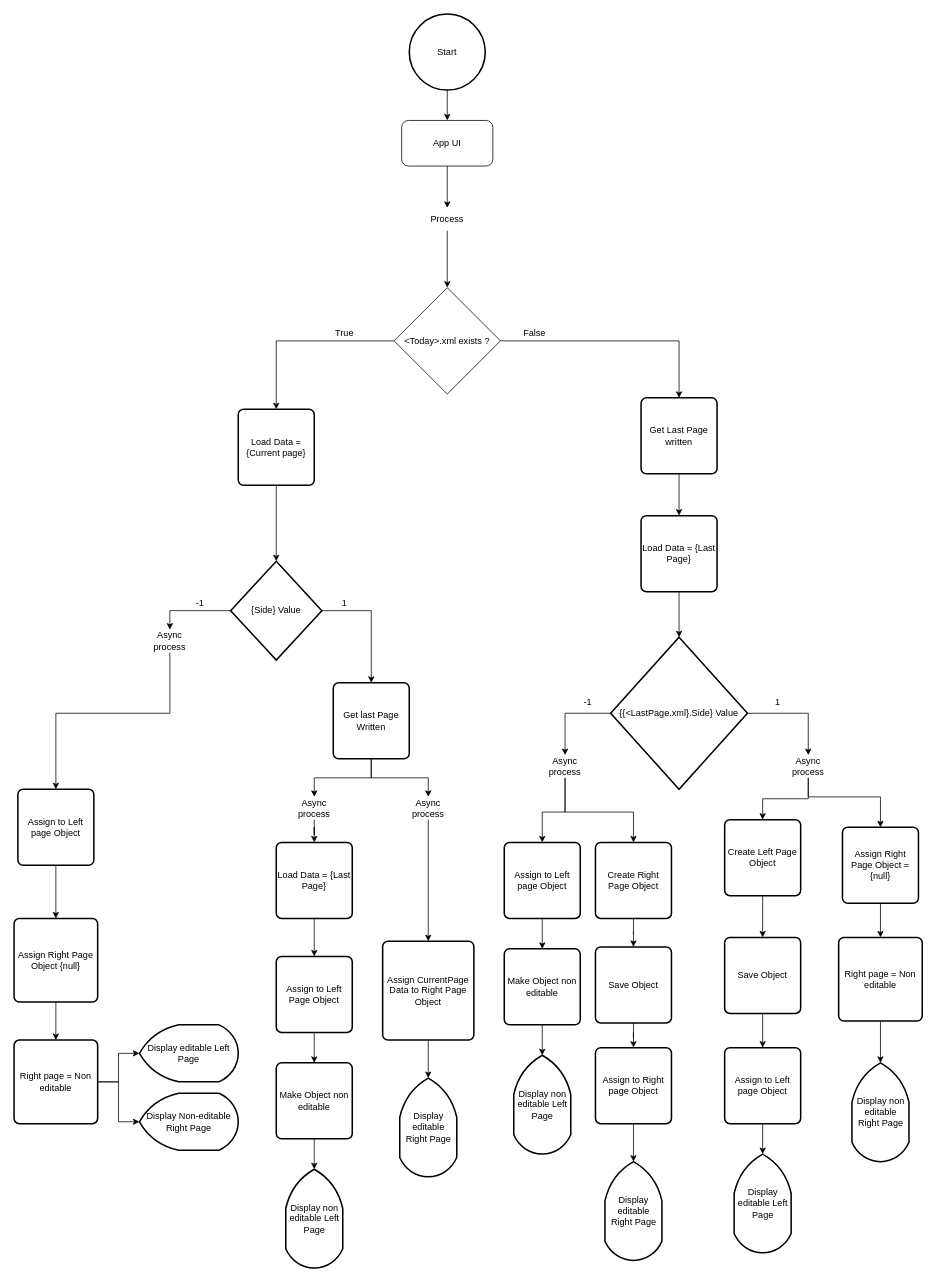
MeianAizouInochi/Project-My-Diary keeps this draw.io diagram as MyDiaryApp/Resources/MyDiaryAppDFD.drawio. Above is the earlier version. Source tidied: cells renumbered, new cells numbered last; positions are measured from the earlier drawing's top-left corner, leaving out a move shared by most shapes. Both pictures are drawn from the tidied source at 76%, with x=0, y=0 at pixel (14, 14).
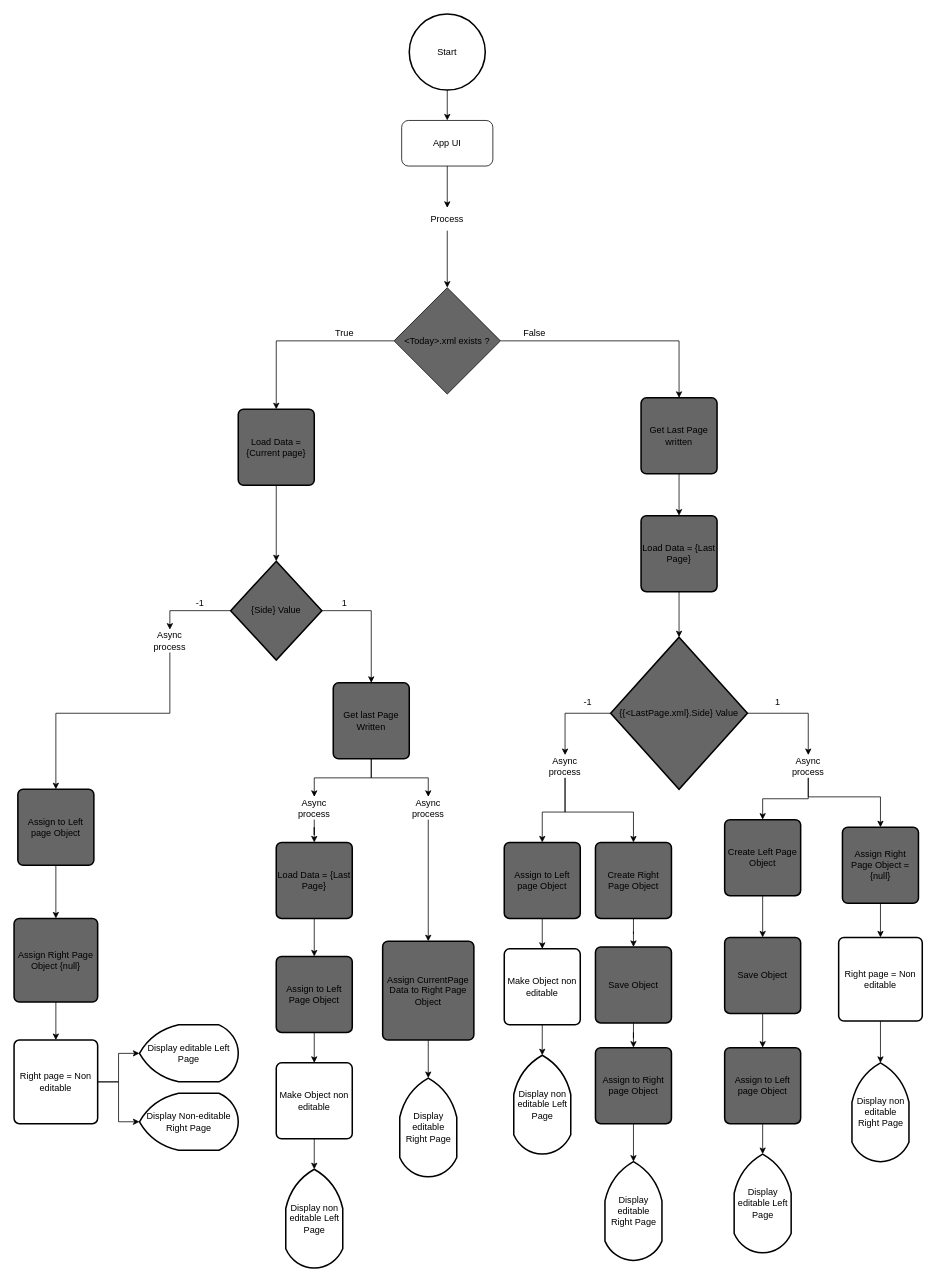
After the change.

The edit, as a diff of the source:
```diff
@@
-    <mxCell id="6" value="&lt;div style=&quot;text-align: justify;&quot;&gt;&amp;lt;Today&amp;gt;.xml exists ?&lt;/div&gt;" style="rhombus;whiteSpace=wrap;html=1;" parent="1" vertex="1">
+    <mxCell id="6" value="&lt;div style=&quot;text-align: justify;&quot;&gt;&amp;lt;Today&amp;gt;.xml exists ?&lt;/div&gt;" style="rhombus;whiteSpace=wrap;html=1;fillColor=#666666;" parent="1" vertex="1">
       <mxGeometry x="500" y="360" width="140" height="140" as="geometry" />
     </mxCell>
@@
-    <mxCell id="9" value="{Side} Value" style="strokeWidth=2;html=1;shape=mxgraph.flowchart.decision;whiteSpace=wrap;" parent="1" vertex="1">
+    <mxCell id="9" value="{Side} Value" style="strokeWidth=2;html=1;shape=mxgraph.flowchart.decision;whiteSpace=wrap;fillColor=#666666;" parent="1" vertex="1">
       <mxGeometry x="285" y="720" width="120" height="130" as="geometry" />
     </mxCell>
@@
-    <mxCell id="13" value="Assign to Left page Object" style="rounded=1;whiteSpace=wrap;html=1;absoluteArcSize=1;arcSize=14;strokeWidth=2;" parent="1" vertex="1">
+    <mxCell id="13" value="Assign to Left page Object" style="rounded=1;whiteSpace=wrap;html=1;absoluteArcSize=1;arcSize=14;strokeWidth=2;fillColor=#666666;" parent="1" vertex="1">
       <mxGeometry x="5" y="1020" width="100" height="100" as="geometry" />
     </mxCell>
@@
-    <mxCell id="19" value="Assign Right Page Object {null}" style="rounded=1;whiteSpace=wrap;html=1;absoluteArcSize=1;arcSize=14;strokeWidth=2;" parent="1" vertex="1">
+    <mxCell id="19" value="Assign Right Page Object {null}" style="rounded=1;whiteSpace=wrap;html=1;absoluteArcSize=1;arcSize=14;strokeWidth=2;fillColor=#666666;" parent="1" vertex="1">
       <mxGeometry y="1190" width="110" height="110" as="geometry" />
     </mxCell>
@@
-    <mxCell id="27" value="Get last Page Written" style="rounded=1;whiteSpace=wrap;html=1;absoluteArcSize=1;arcSize=14;strokeWidth=2;" parent="1" vertex="1">
+    <mxCell id="27" value="Get last Page Written" style="rounded=1;whiteSpace=wrap;html=1;absoluteArcSize=1;arcSize=14;strokeWidth=2;fillColor=#666666;" parent="1" vertex="1">
       <mxGeometry x="420" y="880" width="100" height="100" as="geometry" />
     </mxCell>
@@
-    <mxCell id="30" value="Load Data = {Last Page}" style="rounded=1;whiteSpace=wrap;html=1;absoluteArcSize=1;arcSize=14;strokeWidth=2;" parent="1" vertex="1">
+    <mxCell id="30" value="Load Data = {Last Page}" style="rounded=1;whiteSpace=wrap;html=1;absoluteArcSize=1;arcSize=14;strokeWidth=2;fillColor=#666666;" parent="1" vertex="1">
       <mxGeometry x="345" y="1090" width="100" height="100" as="geometry" />
     </mxCell>
@@
-    <mxCell id="38" value="Assign to Left Page Object" style="rounded=1;whiteSpace=wrap;html=1;absoluteArcSize=1;arcSize=14;strokeWidth=2;" parent="1" vertex="1">
+    <mxCell id="38" value="Assign to Left Page Object" style="rounded=1;whiteSpace=wrap;html=1;absoluteArcSize=1;arcSize=14;strokeWidth=2;fillColor=#666666;" parent="1" vertex="1">
       <mxGeometry x="345" y="1240" width="100" height="100" as="geometry" />
     </mxCell>
-    <mxCell id="39" value="Assign CurrentPage Data to Right Page Object" style="rounded=1;whiteSpace=wrap;html=1;absoluteArcSize=1;arcSize=14;strokeWidth=2;" parent="1" vertex="1">
+    <mxCell id="39" value="Assign CurrentPage Data to Right Page Object" style="rounded=1;whiteSpace=wrap;html=1;absoluteArcSize=1;arcSize=14;strokeWidth=2;fillColor=#666666;" parent="1" vertex="1">
       <mxGeometry x="485" y="1220" width="120" height="130" as="geometry" />
     </mxCell>
@@
-    <mxCell id="46" value="Get Last Page written" style="rounded=1;whiteSpace=wrap;html=1;absoluteArcSize=1;arcSize=14;strokeWidth=2;" parent="1" vertex="1">
+    <mxCell id="46" value="Get Last Page written" style="rounded=1;whiteSpace=wrap;html=1;absoluteArcSize=1;arcSize=14;strokeWidth=2;fillColor=#666666;" parent="1" vertex="1">
       <mxGeometry x="825" y="505" width="100" height="100" as="geometry" />
     </mxCell>
@@
-    <mxCell id="48" value="Load Data = {Last Page}" style="rounded=1;whiteSpace=wrap;html=1;absoluteArcSize=1;arcSize=14;strokeWidth=2;" parent="1" vertex="1">
+    <mxCell id="48" value="Load Data = {Last Page}" style="rounded=1;whiteSpace=wrap;html=1;absoluteArcSize=1;arcSize=14;strokeWidth=2;fillColor=#666666;" parent="1" vertex="1">
       <mxGeometry x="825" y="660" width="100" height="100" as="geometry" />
     </mxCell>
@@
-    <mxCell id="50" value="{{&amp;lt;LastPage.xml}.Side} Value" style="strokeWidth=2;html=1;shape=mxgraph.flowchart.decision;whiteSpace=wrap;" parent="1" vertex="1">
+    <mxCell id="50" value="{{&amp;lt;LastPage.xml}.Side} Value" style="strokeWidth=2;html=1;shape=mxgraph.flowchart.decision;whiteSpace=wrap;fillColor=#666666;" parent="1" vertex="1">
       <mxGeometry x="785" y="820" width="180" height="200" as="geometry" />
     </mxCell>
@@
-    <mxCell id="53" value="Assign to Left page Object" style="rounded=1;whiteSpace=wrap;html=1;absoluteArcSize=1;arcSize=14;strokeWidth=2;" parent="1" vertex="1">
+    <mxCell id="53" value="Assign to Left page Object" style="rounded=1;whiteSpace=wrap;html=1;absoluteArcSize=1;arcSize=14;strokeWidth=2;fillColor=#666666;" parent="1" vertex="1">
       <mxGeometry x="645" y="1090" width="100" height="100" as="geometry" />
     </mxCell>
@@
-    <mxCell id="60" value="Create Right Page Object" style="rounded=1;whiteSpace=wrap;html=1;absoluteArcSize=1;arcSize=14;strokeWidth=2;" parent="1" vertex="1">
+    <mxCell id="60" value="Create Right Page Object" style="rounded=1;whiteSpace=wrap;html=1;absoluteArcSize=1;arcSize=14;strokeWidth=2;fillColor=#666666;" parent="1" vertex="1">
       <mxGeometry x="765" y="1090" width="100" height="100" as="geometry" />
     </mxCell>
@@
-    <mxCell id="62" value="Save Object" style="rounded=1;whiteSpace=wrap;html=1;absoluteArcSize=1;arcSize=14;strokeWidth=2;direction=south;" parent="1" vertex="1">
+    <mxCell id="62" value="Save Object" style="rounded=1;whiteSpace=wrap;html=1;absoluteArcSize=1;arcSize=14;strokeWidth=2;direction=south;fillColor=#666666;" parent="1" vertex="1">
       <mxGeometry x="765" y="1227.5" width="100" height="100" as="geometry" />
     </mxCell>
-    <mxCell id="63" value="Assign to Right page Object" style="rounded=1;whiteSpace=wrap;html=1;absoluteArcSize=1;arcSize=14;strokeWidth=2;" parent="1" vertex="1">
+    <mxCell id="63" value="Assign to Right page Object" style="rounded=1;whiteSpace=wrap;html=1;absoluteArcSize=1;arcSize=14;strokeWidth=2;fillColor=#666666;" parent="1" vertex="1">
       <mxGeometry x="765" y="1360" width="100" height="100" as="geometry" />
     </mxCell>
@@
-    <mxCell id="74" value="Create Left Page Object" style="rounded=1;whiteSpace=wrap;html=1;absoluteArcSize=1;arcSize=14;strokeWidth=2;" parent="1" vertex="1">
+    <mxCell id="74" value="Create Left Page Object" style="rounded=1;whiteSpace=wrap;html=1;absoluteArcSize=1;arcSize=14;strokeWidth=2;fillColor=#666666;" parent="1" vertex="1">
       <mxGeometry x="935" y="1060" width="100" height="100" as="geometry" />
     </mxCell>
@@
-    <mxCell id="76" value="Assign Right Page Object = {null}" style="rounded=1;whiteSpace=wrap;html=1;absoluteArcSize=1;arcSize=14;strokeWidth=2;" parent="1" vertex="1">
+    <mxCell id="76" value="Assign Right Page Object = {null}" style="rounded=1;whiteSpace=wrap;html=1;absoluteArcSize=1;arcSize=14;strokeWidth=2;fillColor=#666666;" parent="1" vertex="1">
       <mxGeometry x="1090" y="1070" width="100" height="100" as="geometry" />
     </mxCell>
@@
-    <mxCell id="78" value="Save Object" style="rounded=1;whiteSpace=wrap;html=1;absoluteArcSize=1;arcSize=14;strokeWidth=2;direction=south;" parent="1" vertex="1">
+    <mxCell id="78" value="Save Object" style="rounded=1;whiteSpace=wrap;html=1;absoluteArcSize=1;arcSize=14;strokeWidth=2;direction=south;fillColor=#666666;" parent="1" vertex="1">
       <mxGeometry x="935" y="1215" width="100" height="100" as="geometry" />
     </mxCell>
-    <mxCell id="79" value="Assign to Left page Object" style="rounded=1;whiteSpace=wrap;html=1;absoluteArcSize=1;arcSize=14;strokeWidth=2;" parent="1" vertex="1">
+    <mxCell id="79" value="Assign to Left page Object" style="rounded=1;whiteSpace=wrap;html=1;absoluteArcSize=1;arcSize=14;strokeWidth=2;fillColor=#666666;" parent="1" vertex="1">
       <mxGeometry x="935" y="1360" width="100" height="100" as="geometry" />
     </mxCell>
@@
-    <mxCell id="85" value="Load Data = {Current page}" style="rounded=1;whiteSpace=wrap;html=1;absoluteArcSize=1;arcSize=14;strokeWidth=2;" parent="1" vertex="1">
+    <mxCell id="85" value="Load Data = {Current page}" style="rounded=1;whiteSpace=wrap;html=1;absoluteArcSize=1;arcSize=14;strokeWidth=2;fillColor=#666666;" parent="1" vertex="1">
       <mxGeometry x="295" y="520" width="100" height="100" as="geometry" />
     </mxCell>
```
